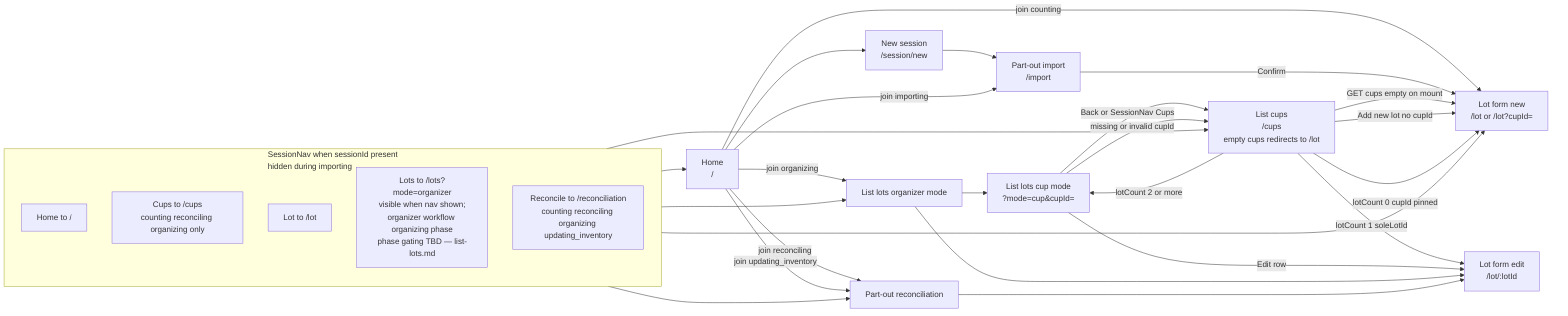
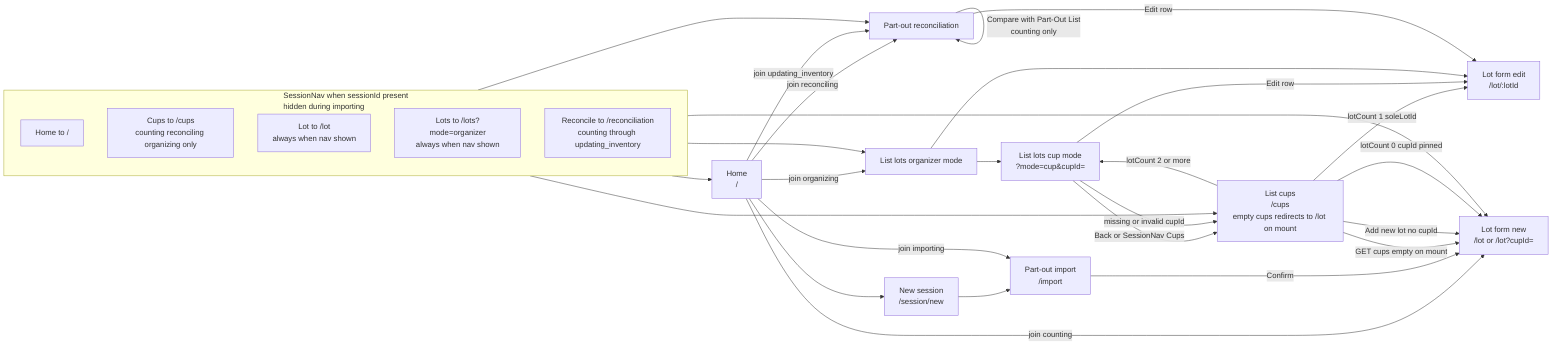
%% View navigation and post-join routing
- %% Sources: docs/view-specs/README.md, home.md, new-session.md, list-cups.md, list-lots.md, lot-form.md
+ %% Sources: docs/session-nav-by-view.md, docs/view-specs/README.md
%% Cup tap detail: cup-tap-routing.mmd
- %% Post-review (2026-06-12): PRs #7–#9 spec–diagram alignment
%% Route shorthand: /import = /session/:sessionId/import (full paths in workflow-storyboard.mmd)

flowchart LR
    HOME["Home<br>/"]

    subgraph sessionNav["SessionNav when sessionId present<br>hidden during importing"]
        direction TB
        NAV_HOME["Home to /"]
        NAV_CUPS["Cups to /cups<br>counting reconciling organizing only"]
-         NAV_LOT["Lot to /lot"]
-         NAV_LOTS["Lots to /lots?mode=organizer<br>visible when nav shown;<br>organizer workflow organizing phase<br>phase gating TBD — list-lots.md"]
-         NAV_RECON["Reconcile to /reconciliation<br>counting reconciling organizing updating_inventory"]
+         NAV_LOT["Lot to /lot<br>always when nav shown"]
+         NAV_LOTS["Lots to /lots?mode=organizer<br>always when nav shown"]
+         NAV_RECON["Reconcile to /reconciliation<br>counting through updating_inventory"]
    end

    NEW["New session<br>/session/new"]
    IMPORT["Part-out import<br>/import"]
    LOT_NEW["Lot form new<br>/lot or /lot?cupId="]
    LOT_EDIT["Lot form edit<br>/lot/:lotId"]
-     CUPS["List cups<br>/cups<br>empty cups redirects to /lot"]
+     CUPS["List cups<br>/cups<br>empty cups redirects to /lot on mount"]
    LOTS_CUP["List lots cup mode<br>?mode=cup&cupId="]
    LOTS_ORG["List lots organizer mode"]
    RECON["Part-out reconciliation"]

    HOME --> NEW
    NEW --> IMPORT

    HOME -->|"join importing"| IMPORT
    HOME -->|"join counting"| LOT_NEW
    HOME -->|"join reconciling"| RECON
    HOME -->|"join organizing"| LOTS_ORG
    HOME -->|"join updating_inventory"| RECON

    IMPORT -->|"Confirm"| LOT_NEW

    NAV_HOME --> HOME
    NAV_CUPS --> CUPS
    NAV_LOT --> LOT_NEW
    NAV_LOTS --> LOTS_ORG
    NAV_RECON --> RECON

    CUPS -->|"GET cups empty on mount"| LOT_NEW
    CUPS -->|"Add new lot no cupId"| LOT_NEW
    CUPS -->|"lotCount 0 cupId pinned"| LOT_NEW
    CUPS -->|"lotCount 1 soleLotId"| LOT_EDIT
    CUPS -->|"lotCount 2 or more"| LOTS_CUP
    LOTS_CUP -->|"Edit row"| LOT_EDIT
    LOTS_CUP -->|"Back or SessionNav Cups"| CUPS
    LOTS_CUP -->|"missing or invalid cupId"| CUPS
    LOTS_ORG --> LOT_EDIT
    LOTS_ORG --> LOTS_CUP
-     RECON --> LOT_EDIT
+     RECON -->|"Compare with Part-Out List<br>counting only"| RECON
+     RECON -->|"Edit row"| LOT_EDIT
